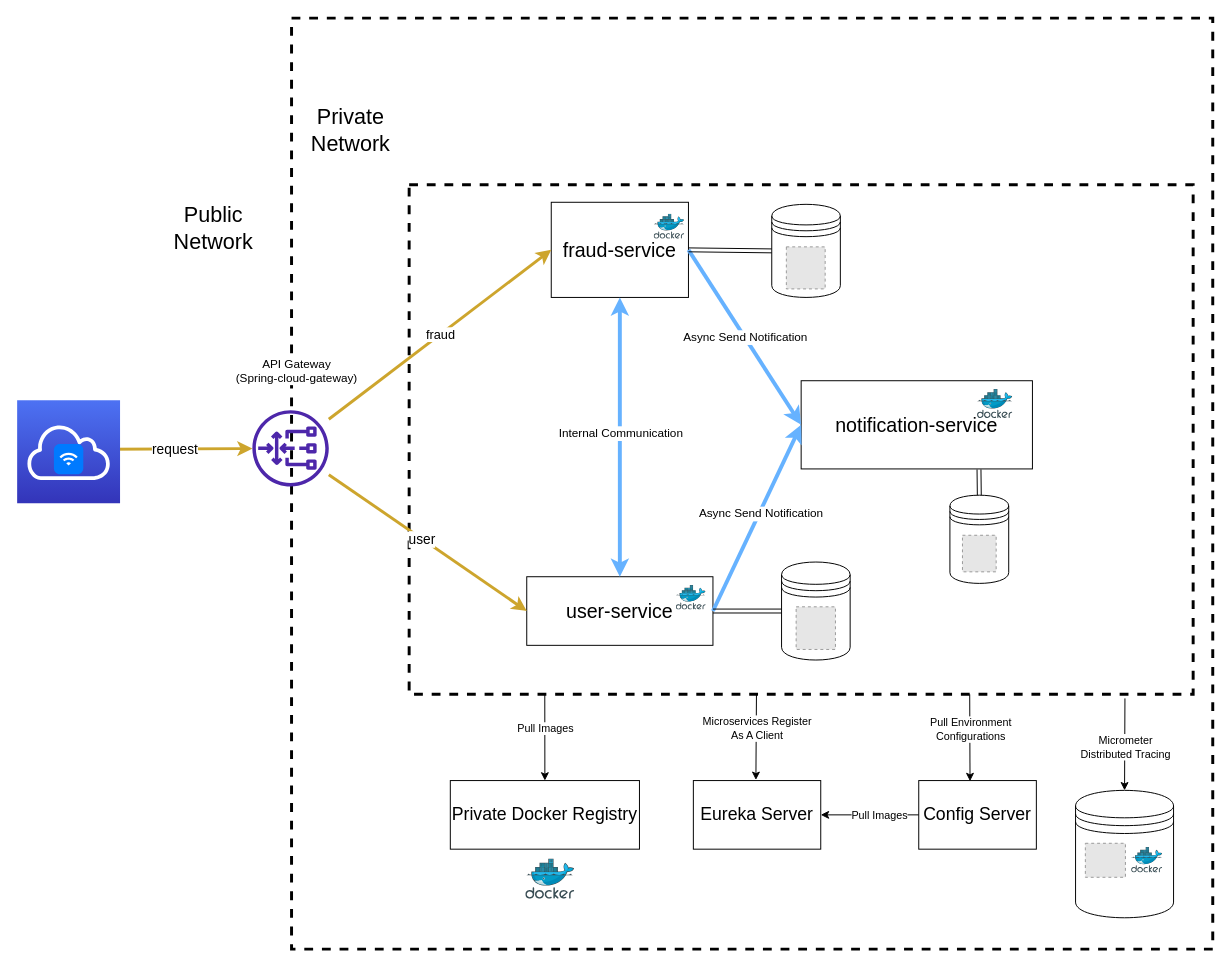
This is arch-0.drawio from alexandv-hub/music-clouds-web, a draw.io file, before an edit. Source tidied: cells renumbered, new cells numbered last; positions are measured from the earlier drawing's top-left corner, leaving out a move shared by most shapes. Both pictures are drawn from the tidied source at 98%, with x=0, y=0 at pixel (17, 18). Pictures stored in the file or linked from it are replaced by grey dashed boxes.
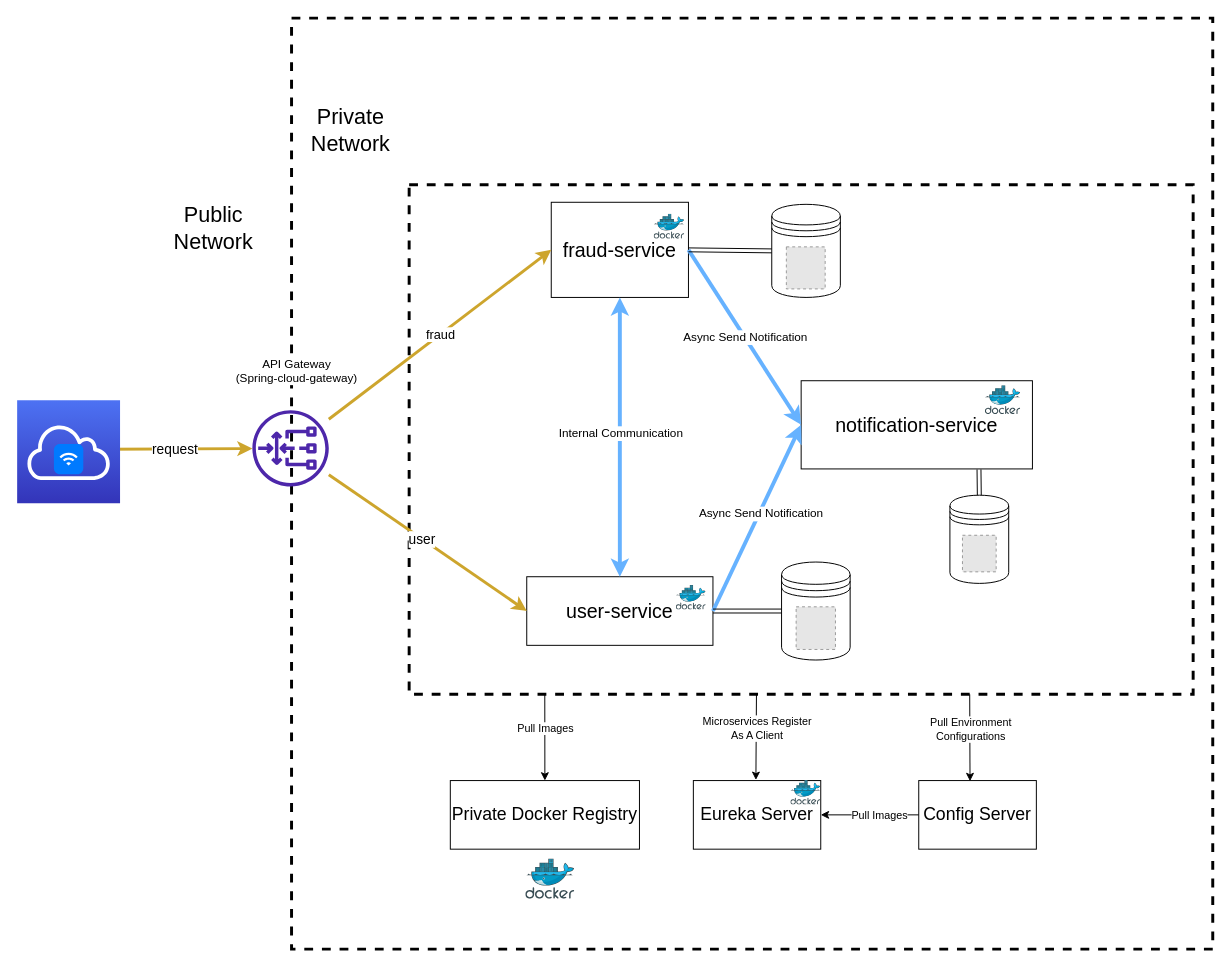
The same diagram, later.

The change refers to these unchanged cells:
```xml
<mxCell id="3" style="rounded=0;whiteSpace=wrap;html=1;dashed=1;strokeWidth=3;" parent="1" vertex="1">
  <mxGeometry x="400" y="170" width="800" height="520" as="geometry" />
</mxCell>
<mxCell id="10" style="group;" parent="1" vertex="1">
  <mxGeometry x="800" y="370" width="236" height="90" as="geometry" />
</mxCell>
<mxCell id="35" style="group;" parent="1" vertex="1">
  <mxGeometry x="690" y="778" width="130" height="70" as="geometry" />
</mxCell>
```

Change to the diagram source:
```diff
@@
     <mxCell id="12" style="image;sketch=0;html=1;align=center;fontSize=12;image=img/lib/mscae/Docker.svg;" parent="10" vertex="1">
-      <mxGeometry x="180" y="9" width="36" height="29.5" as="geometry" />
+      <mxGeometry x="188" y="5" width="36" height="29.5" as="geometry" />
     </mxCell>
@@
+    <mxCell id="64" style="image;sketch=0;html=1;align=center;fontSize=12;image=img/lib/mscae/Docker.svg;" parent="35" vertex="1">
+      <mxGeometry x="99.5" width="30.5" height="25" as="geometry" />
+    </mxCell>
@@
-    <mxCell id="39" style="group;" parent="1" vertex="1">
-      <mxGeometry x="1100" y="788" width="80" height="130" as="geometry" />
-    </mxCell>
-    <mxCell id="40" style="shape=datastore;whiteSpace=wrap;html=1;" parent="39" vertex="1">
-      <mxGeometry x="-20" width="100" height="130" as="geometry" />
-    </mxCell>
-    <mxCell id="41" style="image;sketch=0;html=1;align=center;fontSize=12;image=img/lib/mscae/Docker.svg;" parent="39" vertex="1">
-      <mxGeometry x="37.2" y="58.3" width="31.7" height="26" as="geometry" />
-    </mxCell>
-    <mxCell id="42" style="fillColor=#E6E6E6;strokeColor=#999999;dashed=1;verticalLabelPosition=bottom;labelBackgroundColor=default;verticalAlign=top;" parent="39" vertex="1">
-      <mxGeometry x="-10" y="54" width="40.9" height="34.7" as="geometry" />
-    </mxCell>
@@
-    <mxCell id="51" style="endArrow=classic;html=1;rounded=0;endSize=6;entryX=0.5;entryY=0;entryDx=0;entryDy=0;exitX=0.913;exitY=1.008;exitDx=0;exitDy=0;exitPerimeter=0;" parent="1" edge="1" source="3" target="40">
-      <mxGeometry relative="1" as="geometry" />
-    </mxCell>
-    <mxCell id="52" value="Micrometer&lt;br&gt;Distributed Tracing" style="edgeLabel;html=1;align=center;verticalAlign=middle;" parent="51" vertex="1">
-      <mxGeometry x="-0.19" relative="1" as="geometry">
-        <mxPoint y="11" as="offset" />
-      </mxGeometry>
-    </mxCell>
```
